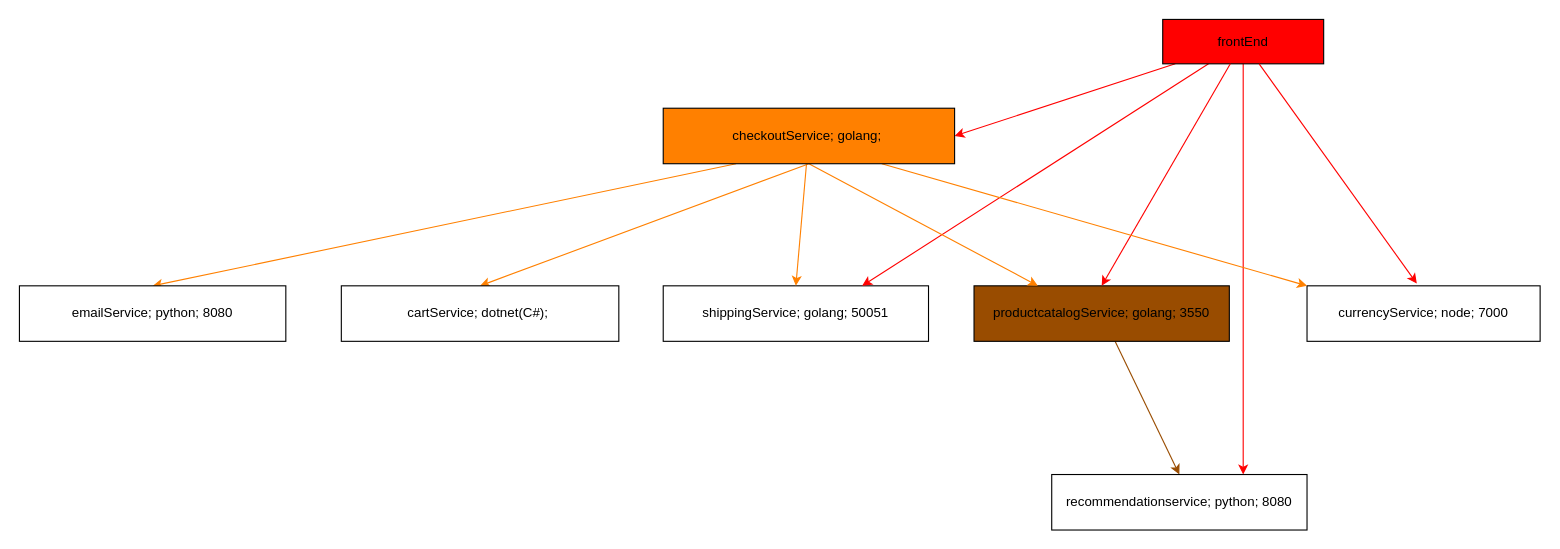
This is arch.dio from sandeshbnataraj/microservices-devops-playground, a draw.io file, before an edit. Source tidied: cells renumbered, new cells numbered last; positions are measured from the earlier drawing's top-left corner, leaving out a move shared by most shapes. Both pictures are drawn from the tidied source at 111%, with x=0, y=0 at pixel (19, 19).
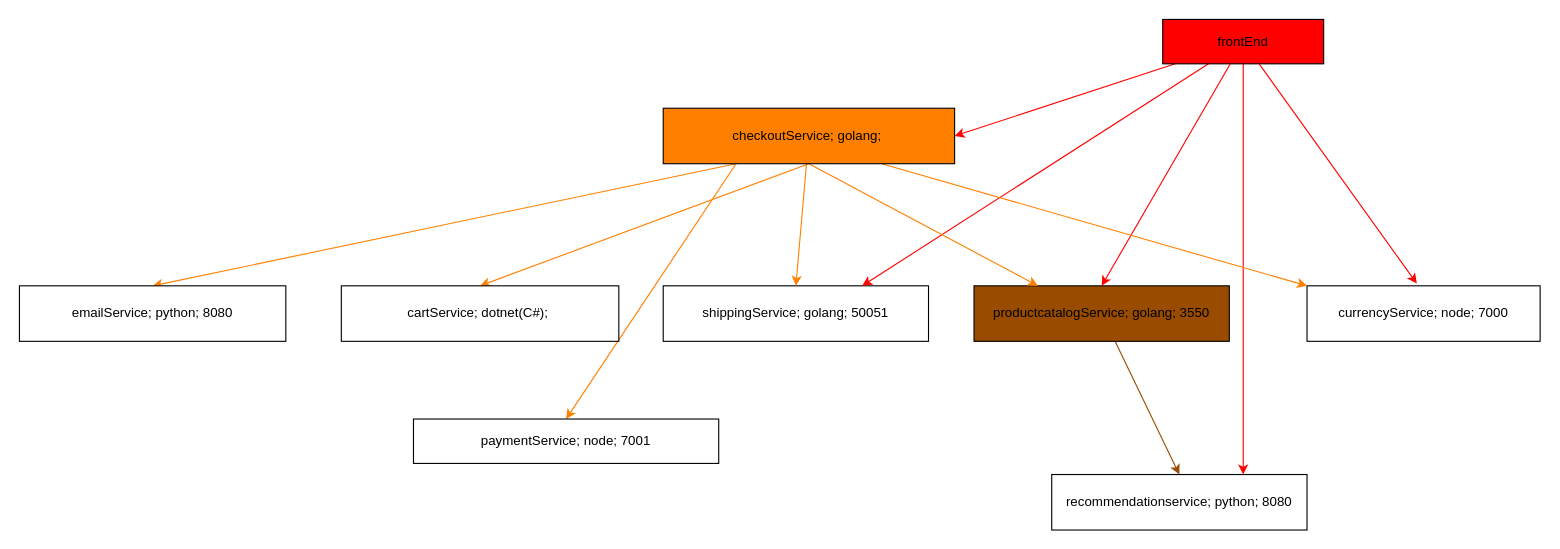
The same diagram, later.

The change refers to these unchanged cells:
```xml
<mxCell id="18" value="checkoutService; golang;&amp;nbsp;" style="rounded=0;whiteSpace=wrap;html=1;fillColor=#FF8000;" parent="1" vertex="1">
  <mxGeometry x="580" y="80" width="262.5" height="50" as="geometry" />
</mxCell>
```

What changed in the source:
```diff
@@
+    <mxCell id="21" style="edgeStyle=none;html=1;exitX=0.25;exitY=1;exitDx=0;exitDy=0;entryX=0.5;entryY=0;entryDx=0;entryDy=0;strokeColor=#FF8000;" parent="1" edge="1" source="18" target="22">
+      <mxGeometry relative="1" as="geometry" />
+    </mxCell>
@@
+    <mxCell id="22" value="paymentService; node; 7001" style="rounded=0;whiteSpace=wrap;html=1;" parent="1" vertex="1">
+      <mxGeometry x="355" y="360" width="275" height="40" as="geometry" />
+    </mxCell>
```
